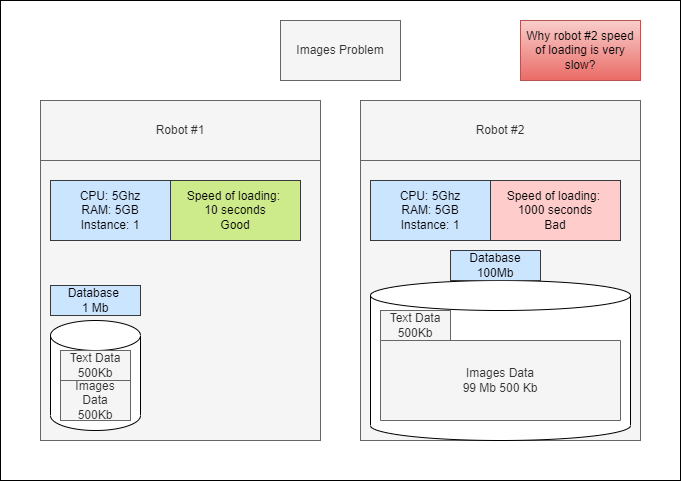
This is img/images-problem.png from OleksandrDeveloper/rocket-puzzles, a draw.io export, as it was before one commit. Source tidied: cells renumbered, new cells last; positions are measured from the earlier drawing's top-left corner, leaving out a move shared by most shapes. Its diagram source:
```xml
<mxGraphModel>
  <root>
    <mxCell id="0" />
    <mxCell id="1" parent="0" />
    <mxCell id="2" style="whiteSpace=wrap;html=1;fillColor=#f5f5f5;strokeColor=#666666;fontColor=#333333;" parent="1" vertex="1">
      <mxGeometry x="40" y="160" width="280" height="280" as="geometry" />
    </mxCell>
    <mxCell id="3" style="whiteSpace=wrap;html=1;fillColor=#f5f5f5;strokeColor=#666666;fontColor=#333333;" parent="1" vertex="1">
      <mxGeometry x="360" y="160" width="280" height="280" as="geometry" />
    </mxCell>
    <mxCell id="4" value="Images Problem" style="rounded=0;whiteSpace=wrap;html=1;fillColor=#f5f5f5;strokeColor=#666666;fontColor=#333333;" parent="1" vertex="1">
      <mxGeometry x="280" y="20" width="120" height="60" as="geometry" />
    </mxCell>
    <mxCell id="5" value="CPU: 5Ghz&lt;br&gt;RAM: 5GB&lt;br&gt;Instance: 1" style="rounded=0;whiteSpace=wrap;html=1;fillColor=#cce5ff;strokeColor=#36393d;" parent="1" vertex="1">
      <mxGeometry x="50" y="180" width="120" height="60" as="geometry" />
    </mxCell>
    <mxCell id="6" value="Robot #1" style="rounded=0;whiteSpace=wrap;html=1;fillColor=#f5f5f5;strokeColor=#666666;fontColor=#333333;" parent="1" vertex="1">
      <mxGeometry x="40" y="100" width="280" height="60" as="geometry" />
    </mxCell>
    <mxCell id="7" value="Robot #2" style="rounded=0;whiteSpace=wrap;html=1;fillColor=#f5f5f5;strokeColor=#666666;fontColor=#333333;" parent="1" vertex="1">
      <mxGeometry x="360" y="100" width="280" height="60" as="geometry" />
    </mxCell>
    <mxCell id="8" style="shape=cylinder3;whiteSpace=wrap;html=1;boundedLbl=1;backgroundOutline=1;size=15;" parent="1" vertex="1">
      <mxGeometry x="50" y="320" width="90" height="110" as="geometry" />
    </mxCell>
    <mxCell id="9" value="CPU: 5Ghz&lt;br&gt;RAM: 5GB&lt;br&gt;Instance: 1" style="rounded=0;whiteSpace=wrap;html=1;fillColor=#cce5ff;strokeColor=#36393d;" parent="1" vertex="1">
      <mxGeometry x="370" y="180" width="120" height="60" as="geometry" />
    </mxCell>
    <mxCell id="10" value="Text Data&lt;br&gt;500Kb" style="rounded=0;whiteSpace=wrap;html=1;fillColor=#f5f5f5;strokeColor=#666666;fontColor=#333333;" parent="1" vertex="1">
      <mxGeometry x="60" y="350" width="70" height="30" as="geometry" />
    </mxCell>
    <mxCell id="11" value="Images Data&lt;br&gt;500Kb" style="rounded=0;whiteSpace=wrap;html=1;fillColor=#f5f5f5;strokeColor=#666666;fontColor=#333333;" parent="1" vertex="1">
      <mxGeometry x="60" y="380" width="70" height="40" as="geometry" />
    </mxCell>
    <mxCell id="12" style="shape=cylinder3;whiteSpace=wrap;html=1;boundedLbl=1;backgroundOutline=1;size=15;" parent="1" vertex="1">
      <mxGeometry x="370" y="280" width="260" height="160" as="geometry" />
    </mxCell>
    <mxCell id="13" value="Text Data&lt;br&gt;500Kb" style="rounded=0;whiteSpace=wrap;html=1;fillColor=#f5f5f5;strokeColor=#666666;fontColor=#333333;" parent="1" vertex="1">
      <mxGeometry x="380" y="310" width="70" height="30" as="geometry" />
    </mxCell>
    <mxCell id="14" value="Images Data&lt;br&gt;99 Mb 500 Kb" style="rounded=0;whiteSpace=wrap;html=1;fillColor=#f5f5f5;strokeColor=#666666;fontColor=#333333;direction=south;" parent="1" vertex="1">
      <mxGeometry x="380" y="340" width="240" height="80" as="geometry" />
    </mxCell>
    <mxCell id="15" value="Speed of loading: &lt;br&gt;10 seconds&lt;br&gt;Good" style="rounded=0;whiteSpace=wrap;html=1;fillColor=#cdeb8b;strokeColor=#36393d;" parent="1" vertex="1">
      <mxGeometry x="170" y="180" width="130" height="60" as="geometry" />
    </mxCell>
    <mxCell id="16" value="Speed of loading: &lt;br&gt;1000 seconds&lt;br&gt;Bad" style="rounded=0;whiteSpace=wrap;html=1;fillColor=#ffcccc;strokeColor=#36393d;" parent="1" vertex="1">
      <mxGeometry x="490" y="180" width="130" height="60" as="geometry" />
    </mxCell>
    <mxCell id="17" style="rounded=0;whiteSpace=wrap;html=1;fillColor=none;" parent="1" vertex="1">
      <mxGeometry width="680" height="480" as="geometry" />
    </mxCell>
    <mxCell id="18" value="Why robot #2 speed of loading is very slow?" style="rounded=0;whiteSpace=wrap;html=1;fillColor=#f8cecc;strokeColor=#b85450;gradientColor=#ea6b66;" parent="1" vertex="1">
      <mxGeometry x="520" y="20" width="120" height="60" as="geometry" />
    </mxCell>
    <mxCell id="19" value="Database &lt;br&gt;1 Mb" style="rounded=0;whiteSpace=wrap;html=1;fillColor=#cce5ff;strokeColor=#36393d;" parent="1" vertex="1">
      <mxGeometry x="50" y="285" width="90" height="30" as="geometry" />
    </mxCell>
    <mxCell id="20" value="Database 100Mb" style="rounded=0;whiteSpace=wrap;html=1;fillColor=#cce5ff;strokeColor=#36393d;" parent="1" vertex="1">
      <mxGeometry x="450" y="250" width="90" height="30" as="geometry" />
    </mxCell>
  </root>
</mxGraphModel>
```
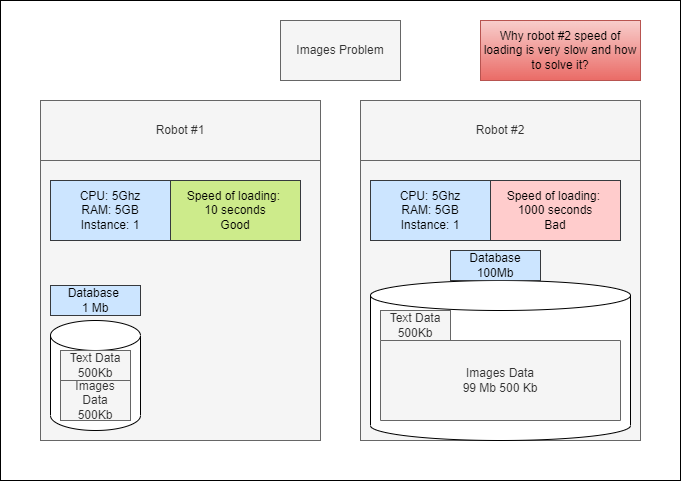
After the change.

Commit message:
update puzzle "Images Problem"

The edit, as a diff of the source:
```diff
@@ -50,8 +50,8 @@
     <mxCell id="17" style="rounded=0;whiteSpace=wrap;html=1;fillColor=none;" parent="1" vertex="1">
       <mxGeometry width="680" height="480" as="geometry" />
     </mxCell>
-    <mxCell id="18" value="Why robot #2 speed of loading is very slow?" style="rounded=0;whiteSpace=wrap;html=1;fillColor=#f8cecc;strokeColor=#b85450;gradientColor=#ea6b66;" parent="1" vertex="1">
-      <mxGeometry x="520" y="20" width="120" height="60" as="geometry" />
+    <mxCell id="18" value="Why robot #2 speed of loading is very slow and how to solve it?" style="rounded=0;whiteSpace=wrap;html=1;fillColor=#f8cecc;strokeColor=#b85450;gradientColor=#ea6b66;" parent="1" vertex="1">
+      <mxGeometry x="480" y="20" width="160" height="60" as="geometry" />
     </mxCell>
     <mxCell id="19" value="Database &lt;br&gt;1 Mb" style="rounded=0;whiteSpace=wrap;html=1;fillColor=#cce5ff;strokeColor=#36393d;" parent="1" vertex="1">
       <mxGeometry x="50" y="285" width="90" height="30" as="geometry" />
```
